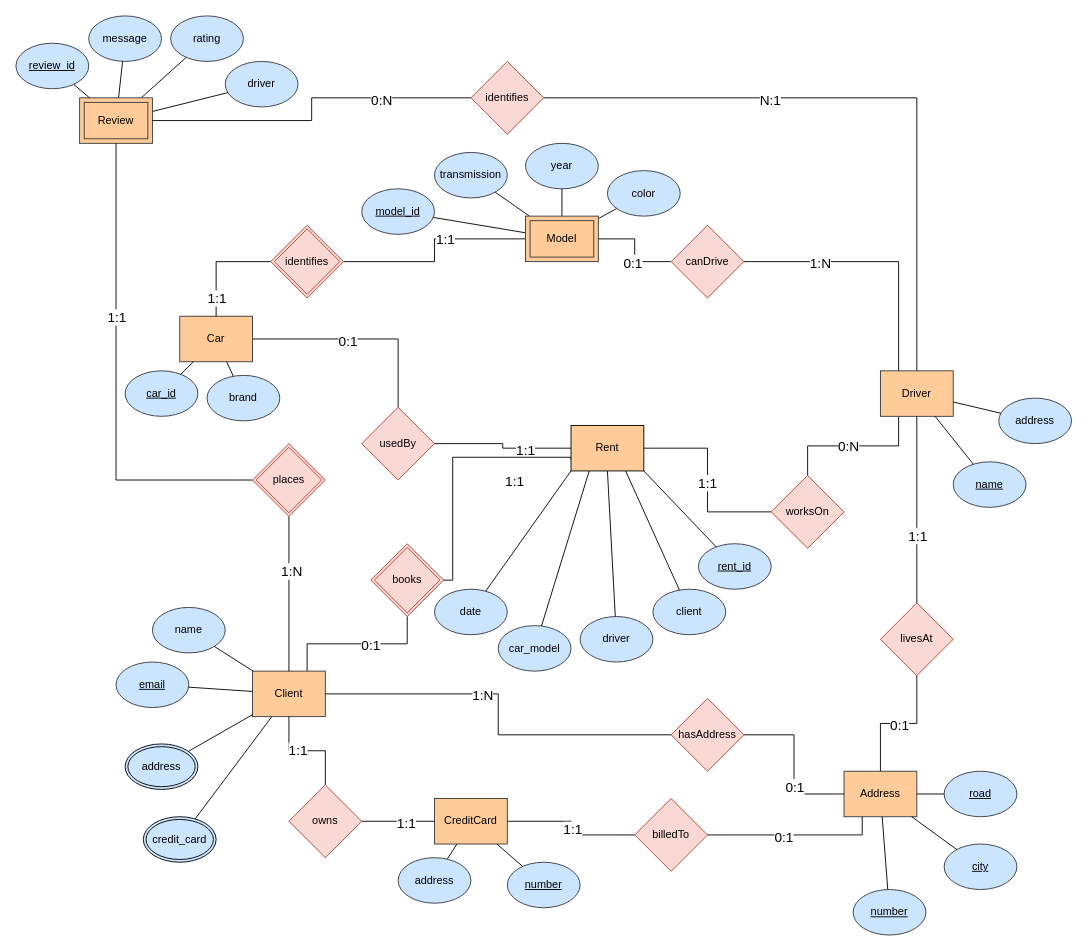
The draw.io diagram 480-ER-Diagram.drawio in p-rinceS/CS-480-Project, before the edit. Source tidied: cells renumbered, new cells numbered last; positions are measured from the earlier drawing's top-left corner, leaving out a move shared by most shapes. Both pictures are drawn from the tidied source at 91%, with x=0, y=0 at pixel (15, 15).
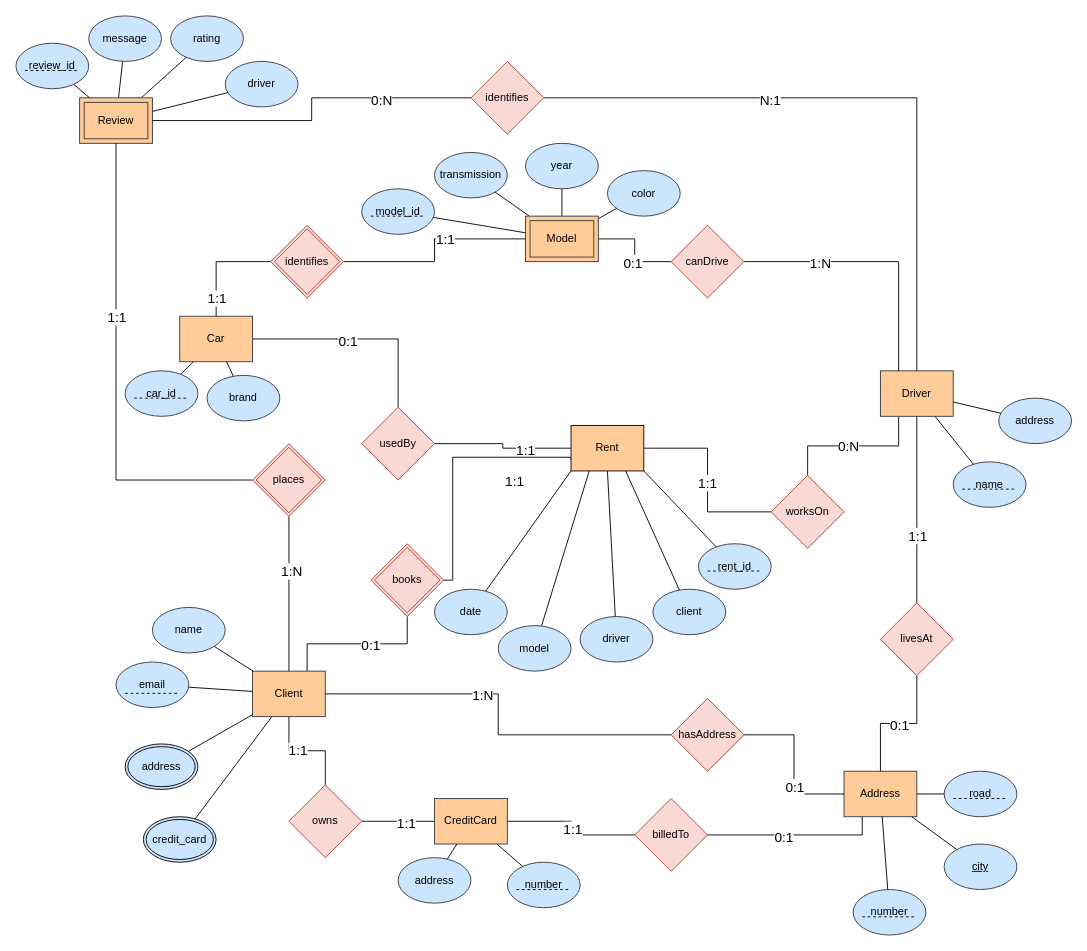
Above is the later version.

Commit message:
Replaced 'car_model' with just 'model' for Rent, and added dashed underlines instead of normal underlines to represent primary keys.

What changed in the source:
```diff
@@
-    <mxCell id="9" value="&lt;u&gt;email&lt;/u&gt;" style="ellipse;whiteSpace=wrap;html=1;fillColor=#cce5ff;strokeColor=#36393d;" parent="1" vertex="1">
+    <mxCell id="9" value="&lt;span&gt;email&lt;/span&gt;" style="ellipse;whiteSpace=wrap;html=1;fillColor=#cce5ff;strokeColor=#36393d;fontStyle=0;" parent="1" vertex="1">
       <mxGeometry x="110" y="710" width="80" height="50" as="geometry" />
     </mxCell>
@@
-    <mxCell id="20" value="car_model" style="ellipse;whiteSpace=wrap;html=1;fillColor=#cce5ff;strokeColor=#36393d;" parent="1" vertex="1">
+    <mxCell id="20" value="model" style="ellipse;whiteSpace=wrap;html=1;fillColor=#cce5ff;strokeColor=#36393d;" parent="1" vertex="1">
       <mxGeometry x="530" y="670" width="80" height="50" as="geometry" />
     </mxCell>
@@
-    <mxCell id="27" value="&lt;u&gt;name&lt;/u&gt;" style="ellipse;whiteSpace=wrap;html=1;fillColor=#cce5ff;strokeColor=#36393d;" parent="1" vertex="1">
+    <mxCell id="27" value="&lt;span&gt;name&lt;/span&gt;" style="ellipse;whiteSpace=wrap;html=1;fillColor=#cce5ff;strokeColor=#36393d;fontStyle=0;" parent="1" vertex="1">
       <mxGeometry x="1030" y="490" width="80" height="50" as="geometry" />
     </mxCell>
@@
-    <mxCell id="47" value="&lt;u&gt;number&lt;/u&gt;" style="ellipse;whiteSpace=wrap;html=1;fillColor=#cce5ff;strokeColor=#36393d;" parent="1" vertex="1">
+    <mxCell id="47" value="&lt;span&gt;number&lt;/span&gt;" style="ellipse;whiteSpace=wrap;html=1;fillColor=#cce5ff;strokeColor=#36393d;fontStyle=0;" parent="1" vertex="1">
       <mxGeometry x="540" y="930" width="80" height="50" as="geometry" />
     </mxCell>
-    <mxCell id="48" value="&lt;u&gt;number&lt;/u&gt;" style="ellipse;whiteSpace=wrap;html=1;fillColor=#cce5ff;strokeColor=#36393d;" parent="1" vertex="1">
+    <mxCell id="48" value="&lt;span&gt;number&lt;/span&gt;" style="ellipse;whiteSpace=wrap;html=1;fillColor=#cce5ff;strokeColor=#36393d;fontStyle=0;" parent="1" vertex="1">
       <mxGeometry x="920" y="960" width="80" height="50" as="geometry" />
     </mxCell>
-    <mxCell id="49" value="&lt;u&gt;road&lt;/u&gt;" style="ellipse;whiteSpace=wrap;html=1;fillColor=#cce5ff;strokeColor=#36393d;" parent="1" vertex="1">
+    <mxCell id="49" value="&lt;span&gt;road&lt;/span&gt;" style="ellipse;whiteSpace=wrap;html=1;fillColor=#cce5ff;strokeColor=#36393d;fontStyle=0;" parent="1" vertex="1">
       <mxGeometry x="1020" y="830" width="80" height="50" as="geometry" />
     </mxCell>
@@
-    <mxCell id="62" value="&lt;u&gt;car_id&lt;/u&gt;" style="ellipse;whiteSpace=wrap;html=1;fillColor=#cce5ff;strokeColor=#36393d;" parent="1" vertex="1">
+    <mxCell id="62" value="&lt;span&gt;car_id&lt;/span&gt;" style="ellipse;whiteSpace=wrap;html=1;fillColor=#cce5ff;strokeColor=#36393d;fontStyle=0;" parent="1" vertex="1">
       <mxGeometry x="120" y="390" width="80" height="50" as="geometry" />
     </mxCell>
@@
-    <mxCell id="64" value="&lt;u&gt;model_id&lt;/u&gt;" style="ellipse;whiteSpace=wrap;html=1;fillColor=#cce5ff;strokeColor=#36393d;" parent="1" vertex="1">
+    <mxCell id="64" value="&lt;span&gt;model_id&lt;/span&gt;" style="ellipse;whiteSpace=wrap;html=1;fillColor=#cce5ff;strokeColor=#36393d;fontStyle=0;" parent="1" vertex="1">
       <mxGeometry x="380" y="190" width="80" height="50" as="geometry" />
     </mxCell>
@@
-    <mxCell id="112" value="&lt;u&gt;review_id&lt;/u&gt;" style="ellipse;whiteSpace=wrap;html=1;fillColor=#cce5ff;strokeColor=#36393d;" parent="1" vertex="1">
+    <mxCell id="112" value="&lt;span&gt;review_id&lt;/span&gt;" style="ellipse;whiteSpace=wrap;html=1;fillColor=#cce5ff;strokeColor=#36393d;fontStyle=0;horizontal=1;" parent="1" vertex="1">
       <mxGeometry y="30" width="80" height="50" as="geometry" />
     </mxCell>
@@
-    <mxCell id="114" value="&lt;span style=&quot;font-style: normal;&quot;&gt;&lt;u&gt;rent_id&lt;/u&gt;&lt;/span&gt;" style="ellipse;whiteSpace=wrap;html=1;fillColor=#cce5ff;strokeColor=#36393d;fontStyle=2;" parent="1" vertex="1">
+    <mxCell id="114" value="&lt;span style=&quot;font-style: normal;&quot;&gt;&lt;span&gt;rent_id&lt;/span&gt;&lt;/span&gt;" style="ellipse;whiteSpace=wrap;html=1;fillColor=#cce5ff;strokeColor=#36393d;fontStyle=2;" parent="1" vertex="1">
       <mxGeometry x="750" y="580" width="80" height="50" as="geometry" />
     </mxCell>
@@
+    <mxCell id="117" style="endArrow=none;dashed=1;html=1;rounded=0;" parent="1" edge="1">
+      <mxGeometry relative="1" as="geometry">
+        <mxPoint x="10" y="60" as="sourcePoint" />
+        <mxPoint x="70" y="60" as="targetPoint" />
+      </mxGeometry>
+    </mxCell>
+    <mxCell id="118" style="endArrow=none;dashed=1;html=1;rounded=0;" parent="1" edge="1">
+      <mxGeometry relative="1" as="geometry">
+        <mxPoint x="390" y="220" as="sourcePoint" />
+        <mxPoint x="450" y="220" as="targetPoint" />
+      </mxGeometry>
+    </mxCell>
+    <mxCell id="119" style="endArrow=none;dashed=1;html=1;rounded=0;" parent="1" edge="1">
+      <mxGeometry relative="1" as="geometry">
+        <mxPoint x="1040" y="520" as="sourcePoint" />
+        <mxPoint x="1100" y="520" as="targetPoint" />
+      </mxGeometry>
+    </mxCell>
+    <mxCell id="120" style="endArrow=none;dashed=1;html=1;rounded=0;" parent="1" edge="1">
+      <mxGeometry relative="1" as="geometry">
+        <mxPoint x="1030" y="860" as="sourcePoint" />
+        <mxPoint x="1090" y="860" as="targetPoint" />
+      </mxGeometry>
+    </mxCell>
+    <mxCell id="121" style="endArrow=none;dashed=1;html=1;rounded=0;" parent="1" edge="1">
+      <mxGeometry relative="1" as="geometry">
+        <mxPoint x="930" y="990" as="sourcePoint" />
+        <mxPoint x="990" y="990" as="targetPoint" />
+      </mxGeometry>
+    </mxCell>
+    <mxCell id="122" style="endArrow=none;dashed=1;html=1;rounded=0;" parent="1" edge="1">
+      <mxGeometry relative="1" as="geometry">
+        <mxPoint x="550" y="960" as="sourcePoint" />
+        <mxPoint x="610" y="960" as="targetPoint" />
+      </mxGeometry>
+    </mxCell>
+    <mxCell id="123" style="endArrow=none;dashed=1;html=1;rounded=0;" parent="1" edge="1">
+      <mxGeometry relative="1" as="geometry">
+        <mxPoint x="120" y="744.4" as="sourcePoint" />
+        <mxPoint x="180" y="744.4" as="targetPoint" />
+      </mxGeometry>
+    </mxCell>
+    <mxCell id="124" style="endArrow=none;dashed=1;html=1;rounded=0;" parent="1" edge="1">
+      <mxGeometry relative="1" as="geometry">
+        <mxPoint x="130" y="420" as="sourcePoint" />
+        <mxPoint x="190" y="420" as="targetPoint" />
+      </mxGeometry>
+    </mxCell>
+    <mxCell id="125" style="endArrow=none;dashed=1;html=1;rounded=0;" parent="1" edge="1">
+      <mxGeometry relative="1" as="geometry">
+        <mxPoint x="760" y="610" as="sourcePoint" />
+        <mxPoint x="820" y="610" as="targetPoint" />
+      </mxGeometry>
+    </mxCell>
```
